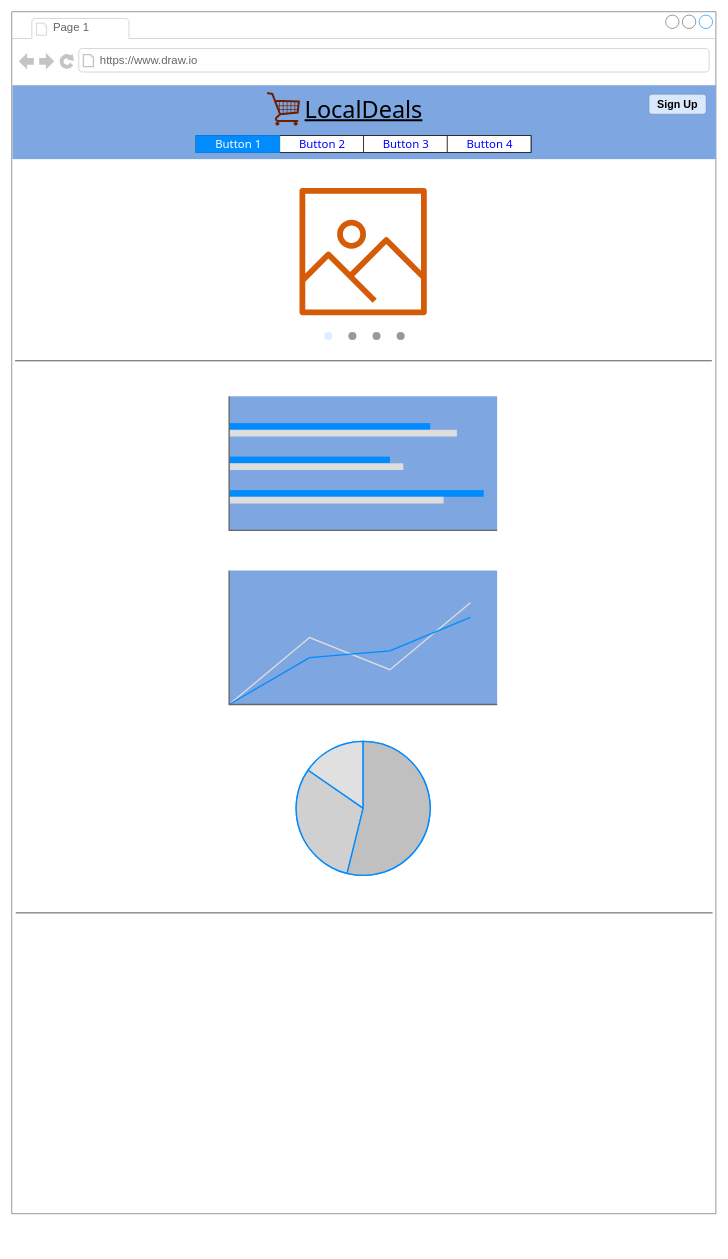
Above: page "Home screen" (1 of 4) of coupon.drawio in EsmeraldaAca/UIDesign (draw.io), before the change. Source tidied: cells renumbered, new cells numbered last; positions are measured from the earlier drawing's top-left corner, leaving out a move shared by most shapes. Both pictures are drawn from the tidied source at 67%, with x=0, y=0 at pixel (11, 11).
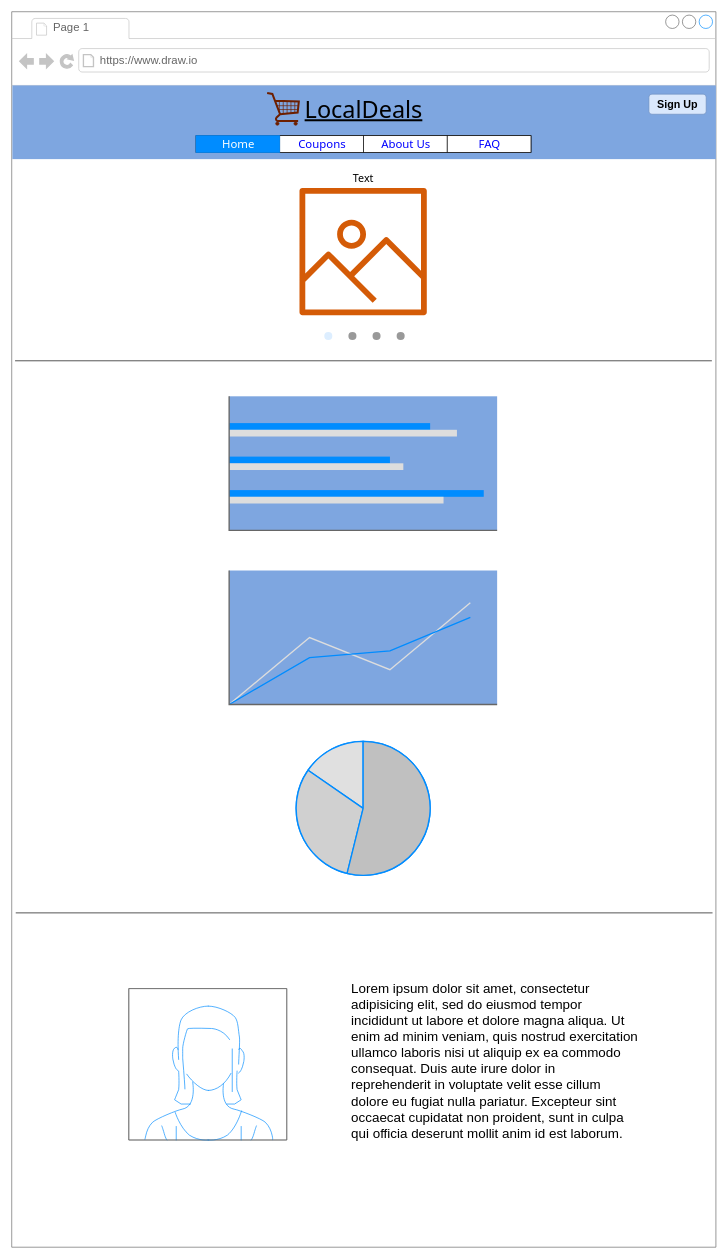
After the change.

The change refers to these unchanged cells:
```xml
<mxCell id="10" style="strokeWidth=1;shadow=0;dashed=0;align=center;html=1;shape=mxgraph.mockup.text.rrect;rSize=0;labelBackgroundColor=none;labelBorderColor=none;fontFamily=Tahoma;fontSize=35;" parent="2" vertex="1">
  <mxGeometry x="275" y="185" width="500" height="25" as="geometry" />
</mxCell>
```

The edit, as a diff of the source:
```diff
@@
     <mxCell id="2" style="strokeWidth=1;shadow=0;dashed=0;align=center;html=1;shape=mxgraph.mockup.containers.browserWindow;rSize=0;strokeColor=#666666;strokeColor2=#008cff;strokeColor3=#c4c4c4;mainText=,;" parent="1" vertex="1">
-      <mxGeometry width="1051" height="1794" as="geometry" />
+      <mxGeometry width="1051" height="1844" as="geometry" />
     </mxCell>
@@
-    <mxCell id="11" value="Button 2" style="strokeColor=inherit;fillColor=inherit;gradientColor=inherit;strokeWidth=1;shadow=0;dashed=0;align=center;html=1;shape=mxgraph.mockup.text.rrect;rSize=0;fontSize=17;fontColor=#0000ff;labelBackgroundColor=none;labelBorderColor=none;fontFamily=Tahoma;" parent="10" vertex="1">
+    <mxCell id="11" value="Coupons" style="strokeColor=inherit;fillColor=inherit;gradientColor=inherit;strokeWidth=1;shadow=0;dashed=0;align=center;html=1;shape=mxgraph.mockup.text.rrect;rSize=0;fontSize=17;fontColor=#0000ff;labelBackgroundColor=none;labelBorderColor=none;fontFamily=Tahoma;" parent="10" vertex="1">
       <mxGeometry x="125" width="125" height="25" as="geometry" />
     </mxCell>
-    <mxCell id="12" value="Button 3" style="strokeColor=inherit;fillColor=inherit;gradientColor=inherit;strokeWidth=1;shadow=0;dashed=0;align=center;html=1;shape=mxgraph.mockup.text.rrect;rSize=0;fontSize=17;fontColor=#0000ff;labelBackgroundColor=none;labelBorderColor=none;fontFamily=Tahoma;" parent="10" vertex="1">
+    <mxCell id="12" value="About Us" style="strokeColor=inherit;fillColor=inherit;gradientColor=inherit;strokeWidth=1;shadow=0;dashed=0;align=center;html=1;shape=mxgraph.mockup.text.rrect;rSize=0;fontSize=17;fontColor=#0000ff;labelBackgroundColor=none;labelBorderColor=none;fontFamily=Tahoma;" parent="10" vertex="1">
       <mxGeometry x="250" width="125" height="25" as="geometry" />
     </mxCell>
-    <mxCell id="13" value="Button 4" style="strokeColor=inherit;fillColor=inherit;gradientColor=inherit;strokeWidth=1;shadow=0;dashed=0;align=center;html=1;shape=mxgraph.mockup.text.rrect;rSize=0;fontSize=17;fontColor=#0000ff;labelBackgroundColor=none;labelBorderColor=none;fontFamily=Tahoma;" parent="10" vertex="1">
+    <mxCell id="13" value="FAQ" style="strokeColor=inherit;fillColor=inherit;gradientColor=inherit;strokeWidth=1;shadow=0;dashed=0;align=center;html=1;shape=mxgraph.mockup.text.rrect;rSize=0;fontSize=17;fontColor=#0000ff;labelBackgroundColor=none;labelBorderColor=none;fontFamily=Tahoma;" parent="10" vertex="1">
       <mxGeometry x="375" width="125" height="25" as="geometry" />
     </mxCell>
-    <mxCell id="14" value="Button 1" style="strokeWidth=1;shadow=0;dashed=0;align=center;html=1;shape=mxgraph.mockup.text.rrect;rSize=0;fontSize=17;fontColor=#ffffff;fillColor=#008cff;strokeColor=#008cff;labelBackgroundColor=none;labelBorderColor=none;fontFamily=Tahoma;" parent="10" vertex="1">
+    <mxCell id="14" value="Home" style="strokeWidth=1;shadow=0;dashed=0;align=center;html=1;shape=mxgraph.mockup.text.rrect;rSize=0;fontSize=17;fontColor=#ffffff;fillColor=#008cff;strokeColor=#008cff;labelBackgroundColor=none;labelBorderColor=none;fontFamily=Tahoma;" parent="10" vertex="1">
       <mxGeometry width="125" height="25" as="geometry" />
     </mxCell>
@@
+    <mxCell id="21" style="verticalLabelPosition=bottom;shadow=0;dashed=0;align=center;html=1;verticalAlign=top;strokeWidth=1;shape=mxgraph.mockup.containers.userFemale;strokeColor=#666666;strokeColor2=#008cff;labelBackgroundColor=none;labelBorderColor=none;fontFamily=Tahoma;fontSize=35;fontColor=#000000;fillColor=#FFFFFF;gradientColor=none;" parent="2" vertex="1">
+      <mxGeometry x="175" y="1458" width="235.5" height="226" as="geometry" />
+    </mxCell>
+    <mxCell id="22" value="&lt;font style=&quot;font-size: 20px;&quot;&gt;Lorem ipsum dolor sit amet, consectetur adipisicing elit, sed do eiusmod tempor incididunt ut labore et dolore magna aliqua. Ut enim ad minim veniam, quis nostrud exercitation ullamco laboris nisi ut aliquip ex ea commodo consequat. Duis aute irure dolor in reprehenderit in voluptate velit esse cillum dolore eu fugiat nulla pariatur. Excepteur sint occaecat cupidatat non proident, sunt in culpa qui officia deserunt mollit anim id est laborum.&lt;/font&gt;" style="text;spacingTop=-5;whiteSpace=wrap;html=1;align=left;fontSize=12;fontFamily=Helvetica;fillColor=none;strokeColor=none;shadow=0;labelBackgroundColor=none;labelBorderColor=none;fontColor=#000000;" parent="2" vertex="1">
+      <mxGeometry x="505" y="1444" width="430" height="254" as="geometry" />
+    </mxCell>
+    <mxCell id="23" value="Text" style="text;html=1;strokeColor=none;fillColor=none;align=center;verticalAlign=middle;whiteSpace=wrap;rounded=0;shadow=0;labelBackgroundColor=none;labelBorderColor=none;fontFamily=Tahoma;fontSize=16;fontColor=#000000;" parent="2" vertex="1">
+      <mxGeometry x="494.5" y="233" width="60" height="30" as="geometry" />
+    </mxCell>
```
